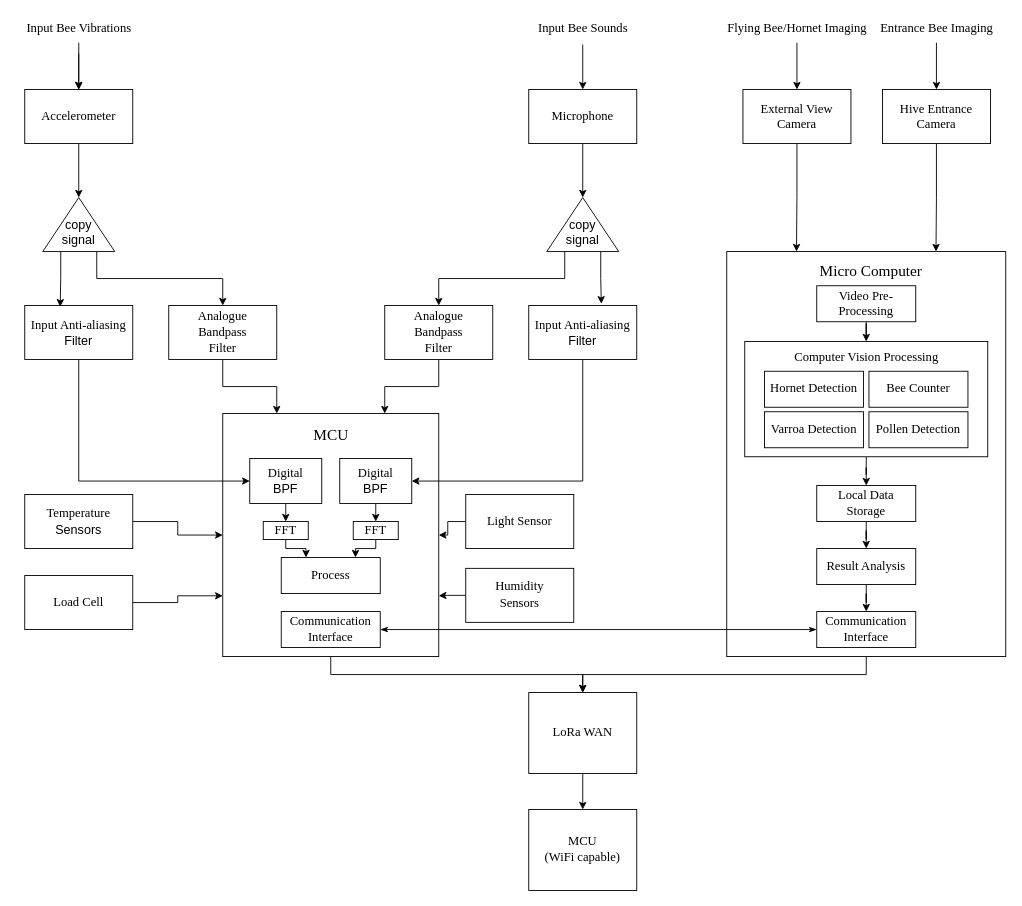
yismailsaadelgedawy/PROJ515 keeps this draw.io diagram as Block Diagrams/Bee_System_Diagram.drawio.xml. Above is the earlier version. Source tidied: cells renumbered, new cells numbered last; positions are measured from the earlier drawing's top-left corner, leaving out a move shared by most shapes. Both pictures are drawn from the tidied source at 90%, with x=0, y=0 at pixel (15, 15).
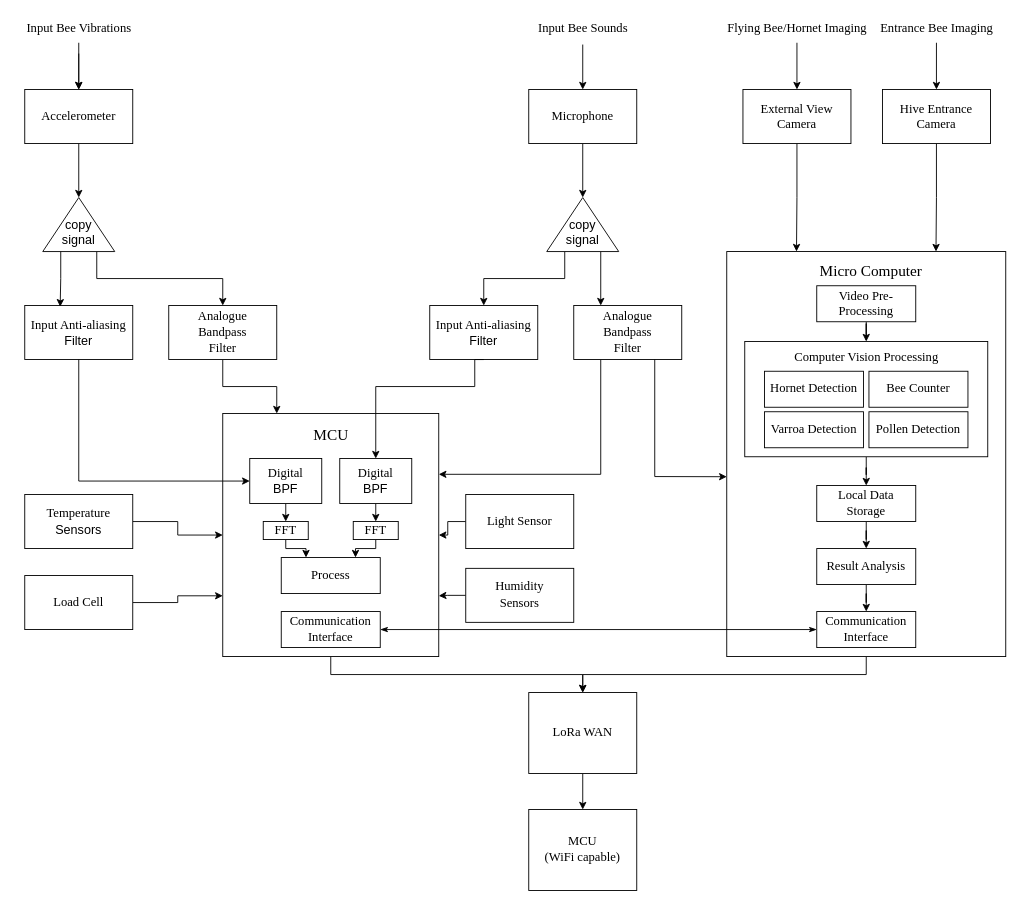
The same diagram, later.

The change refers to these unchanged cells:
```xml
<mxCell id="9" value="&lt;div style=&quot;font-size: 14px;&quot;&gt;&lt;font style=&quot;font-size: 14px;&quot; face=&quot;Times New Roman&quot;&gt;&lt;br&gt;&lt;/font&gt;&lt;/div&gt;&lt;font style=&quot;font-size: 14px;&quot; face=&quot;XyUmuy1aIp9oYJ9tW8Yz&quot;&gt;copy&lt;/font&gt;&lt;div style=&quot;font-size: 14px;&quot;&gt;&lt;font style=&quot;font-size: 14px;&quot; face=&quot;XyUmuy1aIp9oYJ9tW8Yz&quot;&gt;signal&lt;/font&gt;&lt;/div&gt;" style="triangle;whiteSpace=wrap;html=1;direction=north;" parent="1" vertex="1">
  <mxGeometry x="590" y="202" width="80" height="60" as="geometry" />
</mxCell>
<mxCell id="13" style="whiteSpace=wrap;html=1;" parent="1" vertex="1">
  <mxGeometry x="230" y="442" width="240" height="270" as="geometry" />
</mxCell>
<mxCell id="28" value="&lt;font style=&quot;font-size: 14px;&quot; face=&quot;Times New Roman&quot;&gt;Digital&lt;/font&gt;&lt;div style=&quot;font-size: 14px;&quot;&gt;&lt;font style=&quot;font-size: 14px;&quot; face=&quot;dWgHkMYXXi90JTZZvwNM&quot;&gt;BPF&lt;/font&gt;&lt;/div&gt;" style="whiteSpace=wrap;html=1;" parent="1" vertex="1">
  <mxGeometry x="360" y="492" width="80" height="50" as="geometry" />
</mxCell>
<mxCell id="57" style="whiteSpace=wrap;html=1;" parent="1" vertex="1">
  <mxGeometry x="790" y="262" width="310" height="450" as="geometry" />
</mxCell>
```

Change to the diagram source:
```diff
@@
+    <mxCell id="23" style="edgeStyle=orthogonalEdgeStyle;rounded=0;jettySize=auto;html=1;exitX=0;exitY=0.25;exitDx=0;exitDy=0;entryX=0.5;entryY=0;entryDx=0;entryDy=0;" parent="1" edge="1" source="9" target="11">
+      <mxGeometry relative="1" as="geometry" />
+    </mxCell>
-    <mxCell id="8" style="edgeStyle=orthogonalEdgeStyle;rounded=0;jettySize=auto;html=1;exitX=0;exitY=0.25;exitDx=0;exitDy=0;entryX=0.5;entryY=0;entryDx=0;entryDy=0;" parent="1" edge="1" source="9" target="17">
+    <mxCell id="8" style="edgeStyle=orthogonalEdgeStyle;rounded=0;jettySize=auto;html=1;exitX=0;exitY=0.75;exitDx=0;exitDy=0;entryX=0.25;entryY=0;entryDx=0;entryDy=0;" parent="1" edge="1" source="9" target="17">
       <mxGeometry relative="1" as="geometry" />
     </mxCell>
@@
     <mxCell id="11" value="&lt;font style=&quot;font-size: 14px;&quot; face=&quot;Times New Roman&quot;&gt;Input Anti-aliasing&lt;/font&gt;&lt;div style=&quot;font-size: 14px;&quot;&gt;&lt;font face=&quot;lTDGk1eCLMmDKs5mCiXz&quot;&gt;Filter&lt;/font&gt;&lt;/div&gt;" style="whiteSpace=wrap;html=1;" parent="1" vertex="1">
-      <mxGeometry x="570" y="322" width="120" height="60" as="geometry" />
+      <mxGeometry x="460" y="322" width="120" height="60" as="geometry" />
     </mxCell>
@@
-    <mxCell id="16" style="edgeStyle=orthogonalEdgeStyle;rounded=0;jettySize=auto;html=1;exitX=0.5;exitY=1;exitDx=0;exitDy=0;entryX=0.75;entryY=0;entryDx=0;entryDy=0;" parent="1" edge="1" source="17" target="13">
+    <mxCell id="16" style="edgeStyle=orthogonalEdgeStyle;rounded=0;jettySize=auto;html=1;exitX=0.25;exitY=1;exitDx=0;exitDy=0;entryX=1;entryY=0.25;entryDx=0;entryDy=0;" parent="1" edge="1" source="17" target="13">
       <mxGeometry relative="1" as="geometry" />
     </mxCell>
     <mxCell id="17" value="&lt;font style=&quot;font-size: 14px;&quot; face=&quot;Times New Roman&quot;&gt;Analogue&lt;/font&gt;&lt;div style=&quot;font-size: 14px;&quot;&gt;&lt;font style=&quot;font-size: 14px;&quot; face=&quot;Times New Roman&quot;&gt;Bandpass&lt;/font&gt;&lt;/div&gt;&lt;div style=&quot;font-size: 14px;&quot;&gt;&lt;font style=&quot;font-size: 14px;&quot; face=&quot;Times New Roman&quot;&gt;Filter&lt;/font&gt;&lt;/div&gt;" style="whiteSpace=wrap;html=1;" parent="1" vertex="1">
-      <mxGeometry x="410" y="322" width="120" height="60" as="geometry" />
+      <mxGeometry x="620" y="322" width="120" height="60" as="geometry" />
     </mxCell>
@@
-    <mxCell id="23" style="edgeStyle=orthogonalEdgeStyle;rounded=0;jettySize=auto;html=1;exitX=0;exitY=0.75;exitDx=0;exitDy=0;entryX=0.672;entryY=-0.033;entryDx=0;entryDy=0;entryPerimeter=0;" parent="1" edge="1" source="9" target="11">
-      <mxGeometry relative="1" as="geometry" />
-    </mxCell>
@@
-    <mxCell id="35" style="edgeStyle=orthogonalEdgeStyle;rounded=0;jettySize=auto;html=1;exitX=0.5;exitY=1;exitDx=0;exitDy=0;entryX=1;entryY=0.5;entryDx=0;entryDy=0;" parent="1" edge="1" source="11" target="28">
-      <mxGeometry relative="1" as="geometry" />
-    </mxCell>
@@
+    <mxCell id="35" style="edgeStyle=orthogonalEdgeStyle;rounded=0;jettySize=auto;html=1;exitX=0.5;exitY=1;exitDx=0;exitDy=0;entryX=0.5;entryY=0;entryDx=0;entryDy=0;" parent="1" edge="1" source="11" target="28">
+      <mxGeometry relative="1" as="geometry">
+        <Array as="points">
+          <mxPoint x="510" y="412" />
+          <mxPoint x="400" y="412" />
+        </Array>
+      </mxGeometry>
+    </mxCell>
+    <mxCell id="75" style="endArrow=classic;html=1;rounded=0;entryX=0;entryY=0.556;entryDx=0;entryDy=0;entryPerimeter=0;exitX=0.75;exitY=1;exitDx=0;exitDy=0;" parent="1" edge="1" source="17" target="57">
+      <mxGeometry relative="1" as="geometry">
+        <Array as="points">
+          <mxPoint x="710" y="512" />
+        </Array>
+      </mxGeometry>
+    </mxCell>
```
